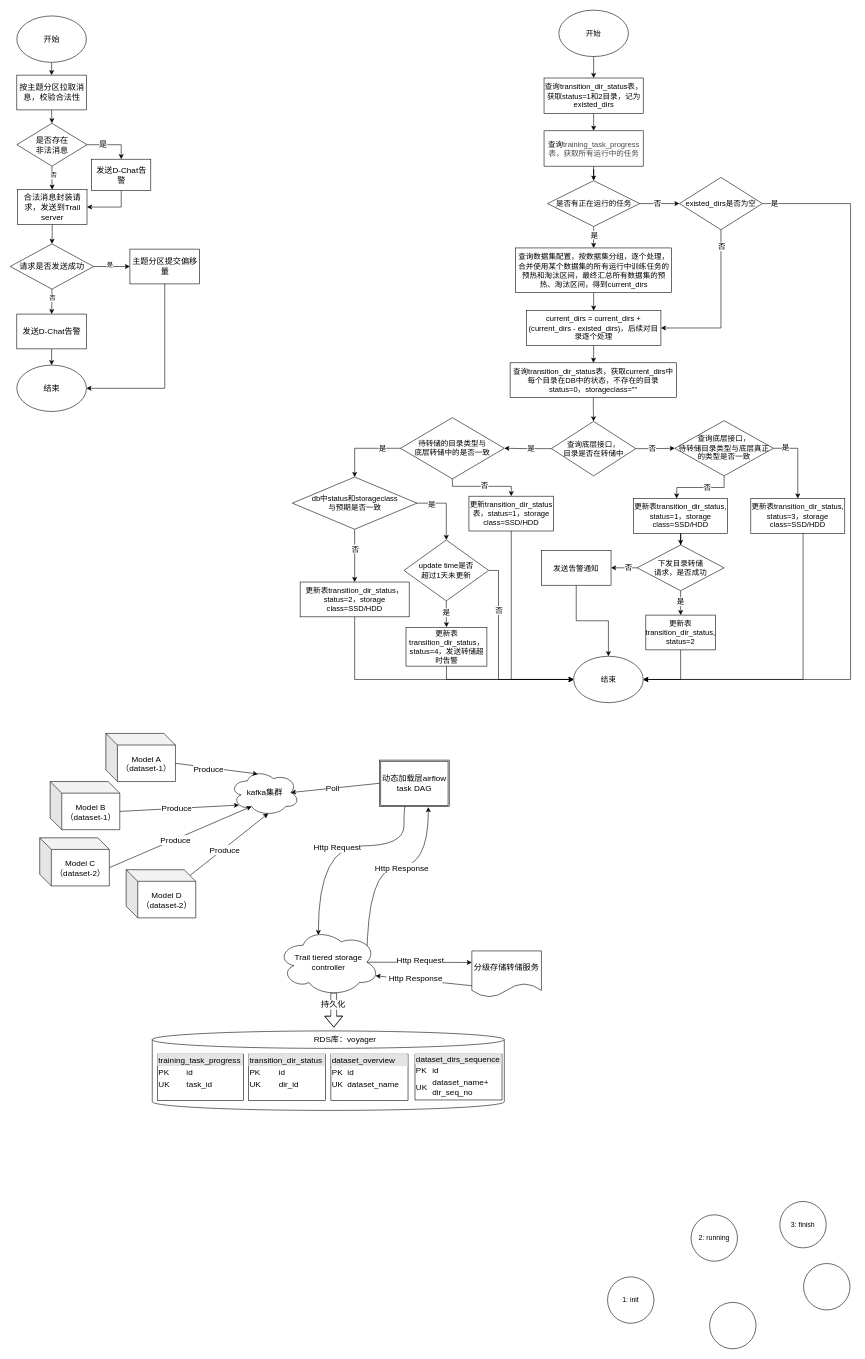
Before: page "二期" (2 of 2) of dynamic_load.drawio in ydh12356890/DiDiDraw, a draw.io diagram. Source tidied: cells renumbered, new cells numbered last; positions are measured from the earlier drawing's top-left corner, leaving out a move shared by most shapes. Both pictures are drawn from the tidied source at 58%, with x=0, y=0 at pixel (10, 10).
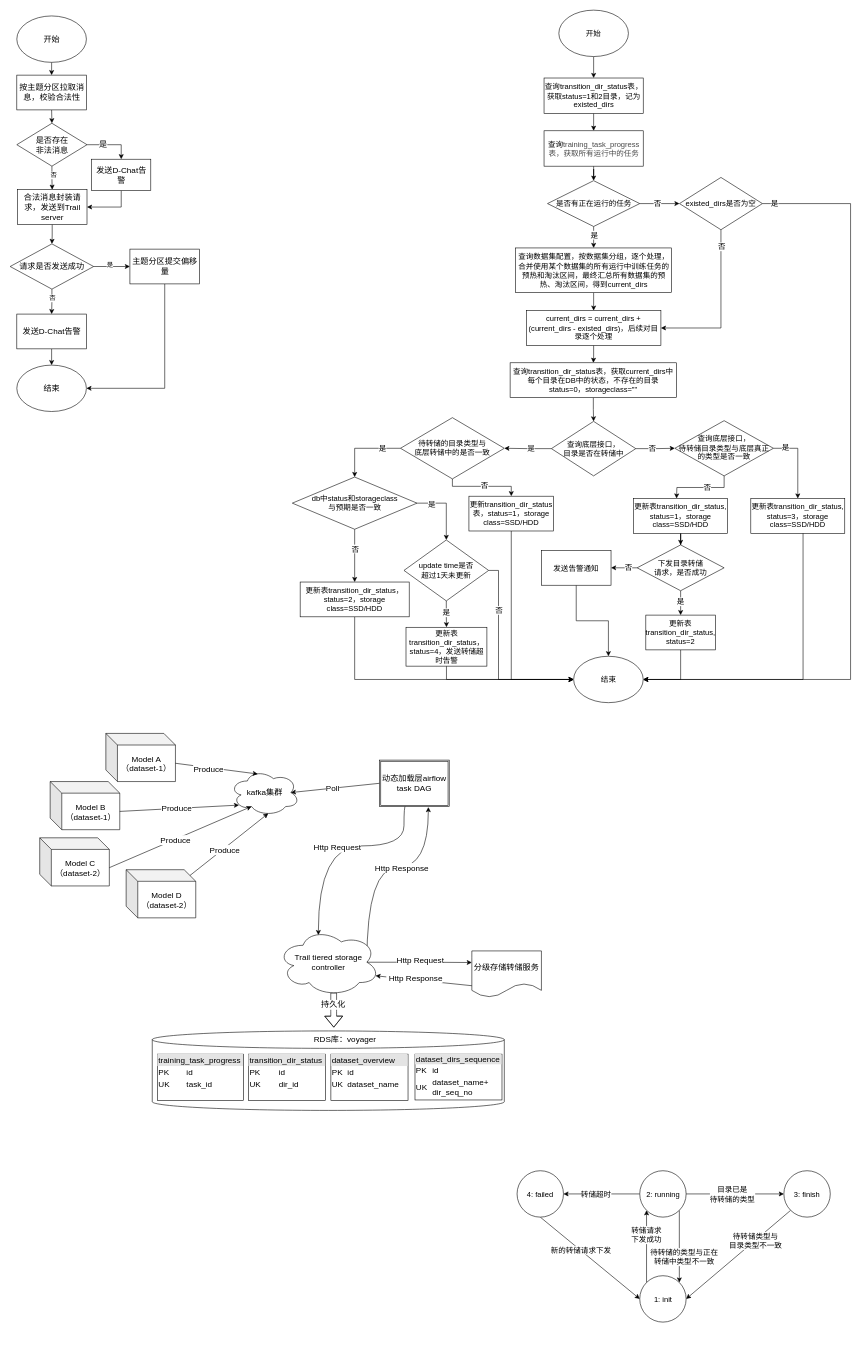
Above is the later version.

Diff of the diagram source:
```diff
@@
+    <mxCell id="131" style="edgeStyle=orthogonalEdgeStyle;rounded=0;jettySize=auto;html=1;exitX=1;exitY=1;exitDx=0;exitDy=0;entryX=1;entryY=0;entryDx=0;entryDy=0;fontSize=13;" parent="1" edge="1" source="79" target="81">
+      <mxGeometry relative="1" as="geometry" />
+    </mxCell>
+    <mxCell id="132" value="待转储的类型与正在&lt;br&gt;转储中类型不一致" style="edgeLabel;html=1;align=center;verticalAlign=middle;fontSize=13;" parent="131" vertex="1">
+      <mxGeometry x="-0.3" y="1" relative="1" as="geometry">
+        <mxPoint x="7" y="36" as="offset" />
+      </mxGeometry>
+    </mxCell>
+    <mxCell id="133" style="edgeStyle=orthogonalEdgeStyle;rounded=0;jettySize=auto;html=1;exitX=1;exitY=0.5;exitDx=0;exitDy=0;entryX=0;entryY=0.5;entryDx=0;entryDy=0;fontSize=13;" parent="1" edge="1" source="79" target="80">
+      <mxGeometry relative="1" as="geometry" />
+    </mxCell>
+    <mxCell id="134" value="目录已是&lt;br&gt;待转储的类型" style="edgeLabel;html=1;align=center;verticalAlign=middle;fontSize=13;" parent="133" vertex="1">
+      <mxGeometry x="-0.18" y="-2" relative="1" as="geometry">
+        <mxPoint x="10" y="-2" as="offset" />
+      </mxGeometry>
+    </mxCell>
+    <mxCell id="135" style="edgeStyle=orthogonalEdgeStyle;rounded=0;jettySize=auto;html=1;exitX=0;exitY=0.5;exitDx=0;exitDy=0;entryX=1;entryY=0.5;entryDx=0;entryDy=0;fontSize=13;" parent="1" edge="1" source="79" target="83">
+      <mxGeometry relative="1" as="geometry" />
+    </mxCell>
+    <mxCell id="136" value="转储超时" style="edgeLabel;html=1;align=center;verticalAlign=middle;fontSize=13;" parent="135" vertex="1">
+      <mxGeometry x="0.15" relative="1" as="geometry" />
+    </mxCell>
-    <mxCell id="79" value="2: running" style="ellipse;whiteSpace=wrap;html=1;" parent="1" vertex="1">
-      <mxGeometry x="1174" y="2077" width="80" height="80" as="geometry" />
+    <mxCell id="79" value="2: running" style="ellipse;whiteSpace=wrap;html=1;fontSize=13;" parent="1" vertex="1">
+      <mxGeometry x="1085.5" y="2001" width="80" height="80" as="geometry" />
     </mxCell>
+    <mxCell id="137" style="rounded=0;jettySize=auto;html=1;exitX=0;exitY=1;exitDx=0;exitDy=0;entryX=1;entryY=0.5;entryDx=0;entryDy=0;fontSize=13;" parent="1" edge="1" source="80" target="81">
+      <mxGeometry relative="1" as="geometry" />
+    </mxCell>
+    <mxCell id="138" value="待转储类型与&lt;br&gt;目录类型不一致" style="edgeLabel;html=1;align=center;verticalAlign=middle;fontSize=13;" parent="137" vertex="1">
+      <mxGeometry x="-0.21" y="-1" relative="1" as="geometry">
+        <mxPoint x="10" y="-7" as="offset" />
+      </mxGeometry>
+    </mxCell>
-    <mxCell id="80" value="3: finish" style="ellipse;whiteSpace=wrap;html=1;" parent="1" vertex="1">
-      <mxGeometry x="1327" y="2054" width="80" height="80" as="geometry" />
+    <mxCell id="80" value="3: finish" style="ellipse;whiteSpace=wrap;html=1;fontSize=13;" parent="1" vertex="1">
+      <mxGeometry x="1334" y="2001" width="80" height="80" as="geometry" />
     </mxCell>
+    <mxCell id="139" style="rounded=0;jettySize=auto;html=1;exitX=0;exitY=0;exitDx=0;exitDy=0;entryX=0;entryY=1;entryDx=0;entryDy=0;fontSize=13;" parent="1" edge="1" source="81" target="79">
+      <mxGeometry relative="1" as="geometry" />
+    </mxCell>
+    <mxCell id="140" value="转储请求&lt;br&gt;下发成功" style="edgeLabel;html=1;align=center;verticalAlign=middle;fontSize=13;" parent="139" vertex="1">
+      <mxGeometry x="0.14" y="2" relative="1" as="geometry">
+        <mxPoint x="1" y="-11" as="offset" />
+      </mxGeometry>
+    </mxCell>
-    <mxCell id="81" value="1: init" style="ellipse;whiteSpace=wrap;html=1;" parent="1" vertex="1">
-      <mxGeometry x="1030" y="2184" width="80" height="80" as="geometry" />
+    <mxCell id="81" value="1: init" style="ellipse;whiteSpace=wrap;html=1;fontSize=13;" parent="1" vertex="1">
+      <mxGeometry x="1085.5" y="2182" width="80" height="80" as="geometry" />
     </mxCell>
-    <mxCell id="82" style="ellipse;whiteSpace=wrap;html=1;" parent="1" vertex="1">
-      <mxGeometry x="1368" y="2161" width="80" height="80" as="geometry" />
-    </mxCell>
+    <mxCell id="141" style="rounded=0;jettySize=auto;html=1;exitX=0.5;exitY=1;exitDx=0;exitDy=0;entryX=0;entryY=0.5;entryDx=0;entryDy=0;fontSize=13;" parent="1" edge="1" source="83" target="81">
+      <mxGeometry relative="1" as="geometry" />
+    </mxCell>
+    <mxCell id="142" value="新的转储请求下发" style="edgeLabel;html=1;align=center;verticalAlign=middle;fontSize=13;" parent="141" vertex="1">
+      <mxGeometry x="-0.28" y="3" relative="1" as="geometry">
+        <mxPoint x="6" y="8" as="offset" />
+      </mxGeometry>
+    </mxCell>
-    <mxCell id="83" style="ellipse;whiteSpace=wrap;html=1;" parent="1" vertex="1">
-      <mxGeometry x="1206" y="2228" width="80" height="80" as="geometry" />
+    <mxCell id="83" value="4: failed" style="ellipse;whiteSpace=wrap;html=1;fontSize=13;" parent="1" vertex="1">
+      <mxGeometry x="874" y="2001" width="80" height="80" as="geometry" />
     </mxCell>
```
